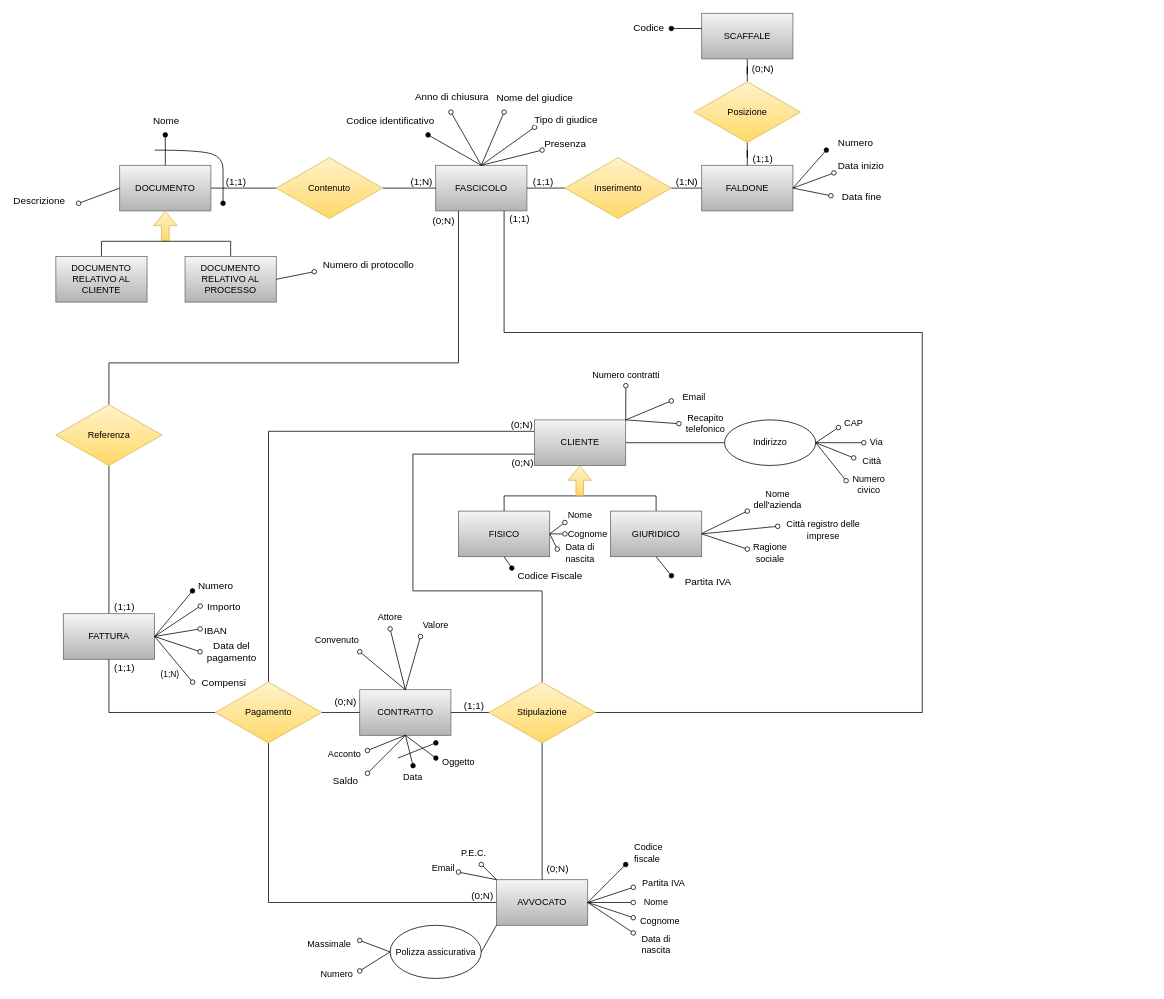
Before: DiagrammaER_Completo_Iniziale.drawio in AndreaCiv/BasiDiDati, a draw.io diagram. Source tidied: cells renumbered, new cells numbered last; positions are measured from the earlier drawing's top-left corner, leaving out a move shared by most shapes. Both pictures are drawn from the tidied source at 76%, with x=0, y=0 at pixel (55, 13).
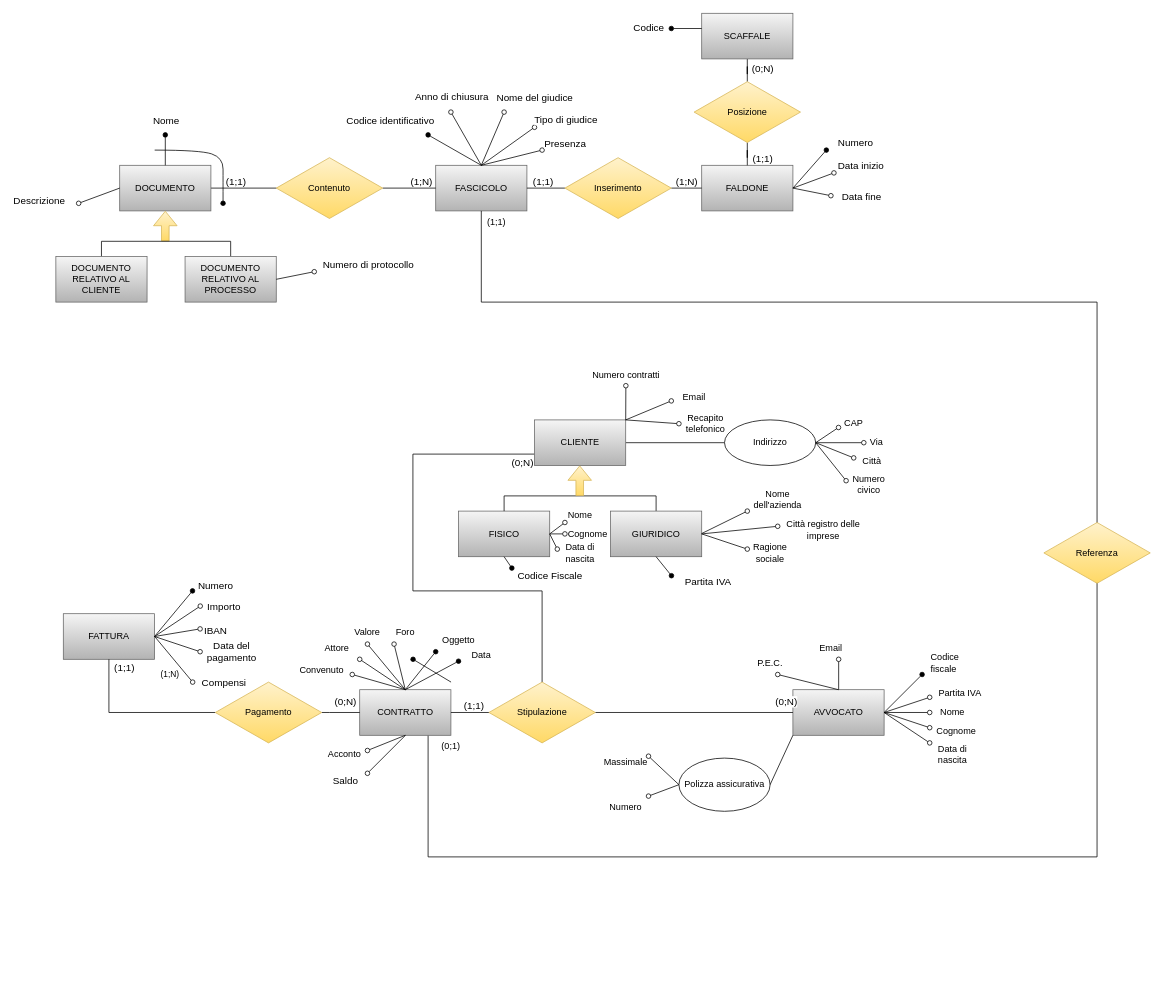
The same diagram, later.

Unchanged cells that the change refers to:
```xml
<mxCell id="2" value="FASCICOLO" style="rounded=0;whiteSpace=wrap;html=1;fillColor=#f5f5f5;gradientColor=#b3b3b3;strokeColor=#666666;" parent="1" vertex="1">
  <mxGeometry x="499.8" y="200" width="120" height="60" as="geometry" />
</mxCell>
<mxCell id="49" value="CONTRATTO" style="rounded=0;whiteSpace=wrap;html=1;fillColor=#f5f5f5;gradientColor=#b3b3b3;strokeColor=#666666;" parent="1" vertex="1">
  <mxGeometry x="399.8" y="890" width="120" height="60" as="geometry" />
</mxCell>
<mxCell id="53" value="FATTURA" style="rounded=0;whiteSpace=wrap;html=1;fillColor=#f5f5f5;gradientColor=#b3b3b3;strokeColor=#666666;" parent="1" vertex="1">
  <mxGeometry x="9.8" y="790" width="120" height="60" as="geometry" />
</mxCell>
<mxCell id="54" style="edgeStyle=orthogonalEdgeStyle;rounded=0;jettySize=auto;html=1;startArrow=none;startFill=0;endArrow=none;endFill=0;" parent="1" edge="1" source="62" target="50">
  <mxGeometry relative="1" as="geometry" />
</mxCell>
<mxCell id="62" value="Stipulazione" style="rhombus;whiteSpace=wrap;html=1;fillColor=#fff2cc;gradientColor=#ffd966;strokeColor=#d6b656;" parent="1" vertex="1">
  <mxGeometry x="569.8" y="880" width="140" height="80" as="geometry" />
</mxCell>
<mxCell id="71" value="Pagamento" style="rhombus;whiteSpace=wrap;html=1;fillColor=#fff2cc;gradientColor=#ffd966;strokeColor=#d6b656;" parent="1" vertex="1">
  <mxGeometry x="209.8" y="880" width="140" height="80" as="geometry" />
</mxCell>
<mxCell id="111" value="CLIENTE" style="rounded=0;whiteSpace=wrap;html=1;fillColor=#f5f5f5;gradientColor=#b3b3b3;strokeColor=#666666;" parent="1" vertex="1">
  <mxGeometry x="629.8" y="535" width="120" height="60" as="geometry" />
</mxCell>
```

Diff of the diagram source:
```diff
@@
+    <mxCell id="159" style="edgeStyle=orthogonalEdgeStyle;rounded=0;jettySize=auto;html=1;endArrow=none;endFill=0;exitX=0.75;exitY=1;exitDx=0;exitDy=0;entryX=0.5;entryY=1;entryDx=0;entryDy=0;" parent="1" edge="1" source="49" target="2">
+      <mxGeometry relative="1" as="geometry">
+        <Array as="points">
+          <mxPoint x="490" y="1110" />
+          <mxPoint x="1370" y="1110" />
+          <mxPoint x="1370" y="380" />
+          <mxPoint x="560" y="380" />
+        </Array>
+      </mxGeometry>
+    </mxCell>
@@
     <mxCell id="50" value="AVVOCATO" style="rounded=0;whiteSpace=wrap;html=1;fillColor=#f5f5f5;gradientColor=#b3b3b3;strokeColor=#666666;" parent="1" vertex="1">
-      <mxGeometry x="579.8" y="1140" width="120" height="60" as="geometry" />
+      <mxGeometry x="969.8" y="890" width="120" height="60" as="geometry" />
     </mxCell>
-    <mxCell id="51" style="edgeStyle=orthogonalEdgeStyle;rounded=0;jettySize=auto;html=1;entryX=0.5;entryY=1;entryDx=0;entryDy=0;endArrow=none;endFill=0;" parent="1" edge="1" source="53" target="143">
-      <mxGeometry relative="1" as="geometry" />
-    </mxCell>
-    <mxCell id="52" value="&lt;font style=&quot;font-size: 13px&quot;&gt;(1;1)&lt;/font&gt;" style="edgeLabel;html=1;align=center;verticalAlign=middle;" parent="51" vertex="1">
-      <mxGeometry x="-0.75" y="-1" relative="1" as="geometry">
-        <mxPoint x="19" y="14" as="offset" />
-      </mxGeometry>
-    </mxCell>
@@
     <mxCell id="55" value="(0;N)" style="edgeLabel;html=1;align=center;verticalAlign=middle;fontSize=13;" parent="54" vertex="1">
       <mxGeometry x="0.49" relative="1" as="geometry">
-        <mxPoint x="20" y="31" as="offset" />
+        <mxPoint x="57" y="-15" as="offset" />
       </mxGeometry>
     </mxCell>
@@
-    <mxCell id="60" style="edgeStyle=orthogonalEdgeStyle;rounded=0;jettySize=auto;html=1;fontSize=13;endArrow=none;endFill=0;entryX=0.75;entryY=1;entryDx=0;entryDy=0;" parent="1" edge="1" source="62" target="2">
-      <mxGeometry relative="1" as="geometry">
-        <Array as="points">
-          <mxPoint x="1140" y="920" />
-          <mxPoint x="1140" y="420" />
-          <mxPoint x="590" y="420" />
-        </Array>
-      </mxGeometry>
-    </mxCell>
-    <mxCell id="61" value="(1;1)" style="edgeLabel;html=1;align=center;verticalAlign=middle;fontSize=13;" parent="60" vertex="1">
-      <mxGeometry x="0.97" relative="1" as="geometry">
-        <mxPoint x="20" y="-15" as="offset" />
-      </mxGeometry>
-    </mxCell>
@@
-    <mxCell id="67" style="edgeStyle=orthogonalEdgeStyle;rounded=0;jettySize=auto;html=1;startArrow=none;startFill=0;endArrow=none;endFill=0;entryX=0;entryY=0.5;entryDx=0;entryDy=0;" parent="1" edge="1" source="71" target="50">
-      <mxGeometry relative="1" as="geometry">
-        <Array as="points">
-          <mxPoint x="279.8" y="1170" />
-        </Array>
-      </mxGeometry>
-    </mxCell>
-    <mxCell id="68" value="(0;N)" style="edgeLabel;html=1;align=center;verticalAlign=middle;fontSize=13;" parent="67" vertex="1">
-      <mxGeometry x="0.92" y="-1" relative="1" as="geometry">
-        <mxPoint x="1" y="-11" as="offset" />
-      </mxGeometry>
-    </mxCell>
-    <mxCell id="69" style="edgeStyle=orthogonalEdgeStyle;rounded=0;jettySize=auto;html=1;entryX=0;entryY=0.25;entryDx=0;entryDy=0;endArrow=none;endFill=0;" parent="1" edge="1" source="71" target="111">
-      <mxGeometry relative="1" as="geometry">
-        <Array as="points">
-          <mxPoint x="279.8" y="550" />
-        </Array>
-      </mxGeometry>
-    </mxCell>
-    <mxCell id="70" value="(0;N)" style="edgeLabel;html=1;align=center;verticalAlign=middle;fontSize=13;" parent="69" vertex="1">
-      <mxGeometry x="0.95" y="3" relative="1" as="geometry">
-        <mxPoint y="-7" as="offset" />
-      </mxGeometry>
-    </mxCell>
@@
-    <mxCell id="78" style="endArrow=oval;html=1;rounded=0;endFill=1;" parent="1" edge="1">
-      <mxGeometry relative="1" as="geometry">
-        <mxPoint x="460" y="950" as="sourcePoint" />
-        <mxPoint x="500" y="980" as="targetPoint" />
-      </mxGeometry>
+    <mxCell id="78" style="endArrow=oval;html=1;rounded=0;endFill=1;exitX=0.5;exitY=0;exitDx=0;exitDy=0;entryX=0;entryY=1;entryDx=0;entryDy=0;" parent="1" edge="1" source="49" target="79">
+      <mxGeometry relative="1" as="geometry" />
     </mxCell>
     <mxCell id="79" value="Oggetto" style="text;html=1;strokeColor=none;fillColor=none;align=center;verticalAlign=middle;whiteSpace=wrap;rounded=0;" parent="1" vertex="1">
-      <mxGeometry x="499.8" y="970" width="60" height="30" as="geometry" />
+      <mxGeometry x="499.8" y="810" width="60" height="30" as="geometry" />
     </mxCell>
-    <mxCell id="80" style="endArrow=oval;html=1;rounded=0;endFill=0;exitX=0.5;exitY=0;exitDx=0;exitDy=0;" parent="1" edge="1" source="49">
-      <mxGeometry relative="1" as="geometry">
-        <mxPoint x="479.8" y="820" as="targetPoint" />
-      </mxGeometry>
+    <mxCell id="80" style="endArrow=oval;html=1;rounded=0;endFill=0;exitX=0.5;exitY=0;exitDx=0;exitDy=0;entryX=0.5;entryY=1;entryDx=0;entryDy=0;" parent="1" edge="1" source="49" target="81">
+      <mxGeometry relative="1" as="geometry" />
     </mxCell>
     <mxCell id="81" value="Valore" style="text;html=1;strokeColor=none;fillColor=none;align=center;verticalAlign=middle;whiteSpace=wrap;rounded=0;" parent="1" vertex="1">
-      <mxGeometry x="469.8" y="790" width="60" height="30" as="geometry" />
+      <mxGeometry x="380" y="800" width="60" height="30" as="geometry" />
     </mxCell>
-    <mxCell id="82" style="endArrow=oval;html=1;rounded=0;endFill=0;exitX=0.5;exitY=0;exitDx=0;exitDy=0;" parent="1" edge="1" source="49">
-      <mxGeometry relative="1" as="geometry">
-        <mxPoint x="439.8" y="810" as="targetPoint" />
-      </mxGeometry>
+    <mxCell id="82" style="endArrow=oval;html=1;rounded=0;endFill=0;exitX=0.5;exitY=0;exitDx=0;exitDy=0;entryX=1;entryY=1;entryDx=0;entryDy=0;" parent="1" edge="1" source="49" target="83">
+      <mxGeometry relative="1" as="geometry" />
     </mxCell>
     <mxCell id="83" value="Attore" style="text;html=1;strokeColor=none;fillColor=none;align=center;verticalAlign=middle;whiteSpace=wrap;rounded=0;" parent="1" vertex="1">
-      <mxGeometry x="409.8" y="780" width="60" height="30" as="geometry" />
+      <mxGeometry x="339.8" y="820" width="60" height="30" as="geometry" />
     </mxCell>
     <mxCell id="84" style="endArrow=oval;html=1;rounded=0;endFill=0;exitX=0.5;exitY=0;exitDx=0;exitDy=0;" parent="1" edge="1" source="49">
       <mxGeometry relative="1" as="geometry">
-        <mxPoint x="399.8" y="840" as="targetPoint" />
+        <mxPoint x="390" y="870" as="targetPoint" />
       </mxGeometry>
     </mxCell>
     <mxCell id="85" value="Convenuto" style="text;html=1;strokeColor=none;fillColor=none;align=center;verticalAlign=middle;whiteSpace=wrap;rounded=0;" parent="1" vertex="1">
-      <mxGeometry x="339.8" y="810" width="60" height="30" as="geometry" />
+      <mxGeometry x="320" y="850" width="60" height="30" as="geometry" />
     </mxCell>
@@
-    <mxCell id="88" style="endArrow=oval;html=1;rounded=0;endFill=1;" parent="1" edge="1">
-      <mxGeometry relative="1" as="geometry">
-        <mxPoint x="460" y="950" as="sourcePoint" />
-        <mxPoint x="470" y="990" as="targetPoint" />
-      </mxGeometry>
-    </mxCell>
     <mxCell id="89" value="Data" style="text;html=1;strokeColor=none;fillColor=none;align=center;verticalAlign=middle;whiteSpace=wrap;rounded=0;" parent="1" vertex="1">
-      <mxGeometry x="439.8" y="990" width="60" height="30" as="geometry" />
+      <mxGeometry x="529.8" y="830" width="60" height="30" as="geometry" />
     </mxCell>
     <mxCell id="90" style="endArrow=oval;html=1;rounded=0;endFill=1;" parent="1" edge="1">
       <mxGeometry relative="1" as="geometry">
-        <mxPoint x="699.8" y="1170" as="sourcePoint" />
-        <mxPoint x="749.8" y="1120" as="targetPoint" />
+        <mxPoint x="1089.8" y="920" as="sourcePoint" />
+        <mxPoint x="1139.8" y="870" as="targetPoint" />
       </mxGeometry>
     </mxCell>
     <mxCell id="91" value="Codice fiscale&amp;nbsp;" style="text;html=1;strokeColor=none;fillColor=none;align=center;verticalAlign=middle;whiteSpace=wrap;rounded=0;" parent="1" vertex="1">
-      <mxGeometry x="749.8" y="1090" width="60" height="30" as="geometry" />
+      <mxGeometry x="1140" y="840" width="60" height="30" as="geometry" />
     </mxCell>
     <mxCell id="92" style="endArrow=oval;html=1;rounded=0;endFill=0;exitX=1;exitY=0.5;exitDx=0;exitDy=0;" parent="1" edge="1">
       <mxGeometry relative="1" as="geometry">
-        <mxPoint x="699.8" y="1170" as="sourcePoint" />
-        <mxPoint x="759.8" y="1150" as="targetPoint" />
+        <mxPoint x="1089.8" y="920" as="sourcePoint" />
+        <mxPoint x="1149.8" y="900" as="targetPoint" />
       </mxGeometry>
     </mxCell>
     <mxCell id="93" value="Partita IVA" style="text;html=1;strokeColor=none;fillColor=none;align=center;verticalAlign=middle;whiteSpace=wrap;rounded=0;" parent="1" vertex="1">
-      <mxGeometry x="769.8" y="1130" width="60" height="30" as="geometry" />
+      <mxGeometry x="1159.8" y="880" width="60" height="30" as="geometry" />
     </mxCell>
     <mxCell id="94" style="endArrow=oval;html=1;rounded=0;endFill=0;exitX=1;exitY=0.5;exitDx=0;exitDy=0;" parent="1" edge="1">
       <mxGeometry relative="1" as="geometry">
-        <mxPoint x="699.8" y="1170" as="sourcePoint" />
-        <mxPoint x="759.8" y="1170" as="targetPoint" />
+        <mxPoint x="1089.8" y="920" as="sourcePoint" />
+        <mxPoint x="1149.8" y="920" as="targetPoint" />
       </mxGeometry>
     </mxCell>
     <mxCell id="95" value="Nome" style="text;html=1;strokeColor=none;fillColor=none;align=center;verticalAlign=middle;whiteSpace=wrap;rounded=0;" parent="1" vertex="1">
-      <mxGeometry x="759.8" y="1155" width="60" height="30" as="geometry" />
+      <mxGeometry x="1149.8" y="905" width="60" height="30" as="geometry" />
     </mxCell>
     <mxCell id="96" style="endArrow=oval;html=1;rounded=0;endFill=0;exitX=1;exitY=0.5;exitDx=0;exitDy=0;" parent="1" edge="1">
       <mxGeometry relative="1" as="geometry">
-        <mxPoint x="699.8" y="1170" as="sourcePoint" />
-        <mxPoint x="759.8" y="1190" as="targetPoint" />
+        <mxPoint x="1089.8" y="920" as="sourcePoint" />
+        <mxPoint x="1149.8" y="940" as="targetPoint" />
       </mxGeometry>
     </mxCell>
     <mxCell id="97" value="Cognome" style="text;html=1;strokeColor=none;fillColor=none;align=center;verticalAlign=middle;whiteSpace=wrap;rounded=0;" parent="1" vertex="1">
-      <mxGeometry x="769.8" y="1180" width="50" height="30" as="geometry" />
+      <mxGeometry x="1159.8" y="930" width="50" height="30" as="geometry" />
     </mxCell>
     <mxCell id="98" style="endArrow=oval;html=1;rounded=0;endFill=0;exitX=1;exitY=0.5;exitDx=0;exitDy=0;" parent="1" edge="1">
       <mxGeometry relative="1" as="geometry">
-        <mxPoint x="699.8" y="1170" as="sourcePoint" />
-        <mxPoint x="759.8" y="1210" as="targetPoint" />
+        <mxPoint x="1089.8" y="920" as="sourcePoint" />
+        <mxPoint x="1149.8" y="960" as="targetPoint" />
       </mxGeometry>
     </mxCell>
     <mxCell id="99" value="Data di nascita" style="text;html=1;strokeColor=none;fillColor=none;align=center;verticalAlign=middle;whiteSpace=wrap;rounded=0;" parent="1" vertex="1">
-      <mxGeometry x="759.8" y="1210" width="60" height="30" as="geometry" />
+      <mxGeometry x="1149.8" y="960" width="60" height="30" as="geometry" />
     </mxCell>
-    <mxCell id="100" style="endArrow=oval;html=1;rounded=0;endFill=0;exitX=0;exitY=0;exitDx=0;exitDy=0;" parent="1" edge="1" source="50">
+    <mxCell id="100" style="endArrow=oval;html=1;rounded=0;endFill=0;exitX=0.5;exitY=0;exitDx=0;exitDy=0;" parent="1" edge="1" source="50">
       <mxGeometry relative="1" as="geometry">
-        <mxPoint x="559.8" y="1120" as="targetPoint" />
+        <mxPoint x="949.8" y="870" as="targetPoint" />
       </mxGeometry>
     </mxCell>
     <mxCell id="101" value="P.E.C." style="text;html=1;strokeColor=none;fillColor=none;align=center;verticalAlign=middle;whiteSpace=wrap;rounded=0;" parent="1" vertex="1">
-      <mxGeometry x="519.8" y="1095" width="60" height="20" as="geometry" />
+      <mxGeometry x="909.8" y="845" width="60" height="20" as="geometry" />
     </mxCell>
-    <mxCell id="102" style="endArrow=oval;html=1;rounded=0;endFill=0;exitX=0;exitY=0;exitDx=0;exitDy=0;" parent="1" edge="1" source="50">
+    <mxCell id="102" style="endArrow=oval;html=1;rounded=0;endFill=0;" parent="1" edge="1">
       <mxGeometry relative="1" as="geometry">
-        <mxPoint x="529.8" y="1130" as="targetPoint" />
+        <mxPoint x="1030" y="890" as="sourcePoint" />
+        <mxPoint x="1030" y="850" as="targetPoint" />
       </mxGeometry>
     </mxCell>
     <mxCell id="103" value="Email" style="text;html=1;strokeColor=none;fillColor=none;align=center;verticalAlign=middle;whiteSpace=wrap;rounded=0;" parent="1" vertex="1">
-      <mxGeometry x="479.8" y="1110" width="60" height="30" as="geometry" />
+      <mxGeometry x="990" y="820" width="60" height="30" as="geometry" />
     </mxCell>
     <mxCell id="104" value="Polizza assicurativa" style="ellipse;whiteSpace=wrap;html=1;" parent="1" vertex="1">
-      <mxGeometry x="439.8" y="1200" width="120" height="70" as="geometry" />
+      <mxGeometry x="819.8" y="980" width="120" height="70" as="geometry" />
     </mxCell>
-    <mxCell id="105" style="endArrow=oval;html=1;rounded=0;endFill=0;exitX=0;exitY=0.5;exitDx=0;exitDy=0;" parent="1" edge="1" source="104">
-      <mxGeometry relative="1" as="geometry">
-        <mxPoint x="399.8" y="1260" as="targetPoint" />
-      </mxGeometry>
+    <mxCell id="105" style="endArrow=oval;html=1;rounded=0;endFill=0;exitX=0;exitY=0.5;exitDx=0;exitDy=0;entryX=1;entryY=0;entryDx=0;entryDy=0;" parent="1" edge="1" source="104" target="106">
+      <mxGeometry relative="1" as="geometry" />
     </mxCell>
     <mxCell id="106" value="Numero" style="text;html=1;strokeColor=none;fillColor=none;align=center;verticalAlign=middle;whiteSpace=wrap;rounded=0;" parent="1" vertex="1">
-      <mxGeometry x="339.8" y="1250" width="60" height="30" as="geometry" />
+      <mxGeometry x="719.8" y="1030" width="60" height="30" as="geometry" />
     </mxCell>
-    <mxCell id="107" style="endArrow=oval;html=1;rounded=0;endFill=0;exitX=0;exitY=0.5;exitDx=0;exitDy=0;" parent="1" edge="1" source="104">
-      <mxGeometry relative="1" as="geometry">
-        <mxPoint x="399.8" y="1220" as="targetPoint" />
-      </mxGeometry>
+    <mxCell id="107" style="endArrow=oval;html=1;rounded=0;endFill=0;exitX=0;exitY=0.5;exitDx=0;exitDy=0;entryX=1;entryY=0.25;entryDx=0;entryDy=0;" parent="1" edge="1" source="104" target="108">
+      <mxGeometry relative="1" as="geometry" />
     </mxCell>
     <mxCell id="108" value="Massimale" style="text;html=1;strokeColor=none;fillColor=none;align=center;verticalAlign=middle;whiteSpace=wrap;rounded=0;" parent="1" vertex="1">
-      <mxGeometry x="329.8" y="1210" width="60" height="30" as="geometry" />
+      <mxGeometry x="719.8" y="970" width="60" height="30" as="geometry" />
     </mxCell>
@@
-    <mxCell id="141" style="edgeStyle=orthogonalEdgeStyle;rounded=0;jettySize=auto;html=1;entryX=0.25;entryY=1;entryDx=0;entryDy=0;endArrow=none;endFill=0;" parent="1" edge="1" source="143" target="2">
-      <mxGeometry relative="1" as="geometry">
-        <Array as="points">
-          <mxPoint x="70" y="460" />
-          <mxPoint x="530" y="460" />
-        </Array>
-      </mxGeometry>
-    </mxCell>
-    <mxCell id="142" value="(0;N)" style="edgeLabel;html=1;align=center;verticalAlign=middle;fontSize=13;" parent="141" vertex="1">
-      <mxGeometry x="0.95" relative="1" as="geometry">
-        <mxPoint x="-20" y="-6" as="offset" />
-      </mxGeometry>
-    </mxCell>
-    <mxCell id="143" value="Referenza" style="rhombus;whiteSpace=wrap;html=1;fillColor=#fff2cc;gradientColor=#ffd966;strokeColor=#d6b656;" parent="1" vertex="1">
-      <mxGeometry x="-0.2" y="515" width="140" height="80" as="geometry" />
-    </mxCell>
@@
-    <mxCell id="156" style="endArrow=oval;html=1;rounded=0;endFill=1;" parent="1" edge="1">
+    <mxCell id="156" style="endArrow=oval;html=1;rounded=0;endFill=1;entryX=0;entryY=0.75;entryDx=0;entryDy=0;" parent="1" edge="1" target="89">
       <mxGeometry relative="1" as="geometry">
-        <mxPoint x="450" y="980" as="sourcePoint" />
-        <mxPoint x="500" y="960" as="targetPoint" />
+        <mxPoint x="459.8" y="890" as="sourcePoint" />
       </mxGeometry>
     </mxCell>
@@
+    <mxCell id="160" style="endArrow=oval;html=1;rounded=0;exitX=0.5;exitY=0;exitDx=0;exitDy=0;endFill=0;entryX=0.25;entryY=1;entryDx=0;entryDy=0;" parent="1" edge="1" source="49" target="161">
+      <mxGeometry relative="1" as="geometry" />
+    </mxCell>
+    <mxCell id="161" value="Foro" style="text;html=1;strokeColor=none;fillColor=none;align=center;verticalAlign=middle;whiteSpace=wrap;rounded=0;" parent="1" vertex="1">
+      <mxGeometry x="430" y="800" width="60" height="30" as="geometry" />
+    </mxCell>
+    <mxCell id="162" style="endArrow=oval;html=1;rounded=0;endFill=1;" parent="1" edge="1">
+      <mxGeometry relative="1" as="geometry">
+        <mxPoint x="520" y="880" as="sourcePoint" />
+        <mxPoint x="470" y="850" as="targetPoint" />
+      </mxGeometry>
+    </mxCell>
+    <mxCell id="143" value="Referenza" style="rhombus;whiteSpace=wrap;html=1;fillColor=#fff2cc;gradientColor=#ffd966;strokeColor=#d6b656;" parent="1" vertex="1">
+      <mxGeometry x="1300" y="670" width="140" height="80" as="geometry" />
+    </mxCell>
+    <mxCell id="163" value="(0;1)" style="text;html=1;strokeColor=none;fillColor=none;align=center;verticalAlign=middle;whiteSpace=wrap;rounded=0;" parent="1" vertex="1">
+      <mxGeometry x="490" y="950" width="60" height="30" as="geometry" />
+    </mxCell>
+    <mxCell id="164" value="(1;1)" style="text;html=1;strokeColor=none;fillColor=none;align=center;verticalAlign=middle;whiteSpace=wrap;rounded=0;" parent="1" vertex="1">
+      <mxGeometry x="550" y="260" width="60" height="30" as="geometry" />
+    </mxCell>
```
